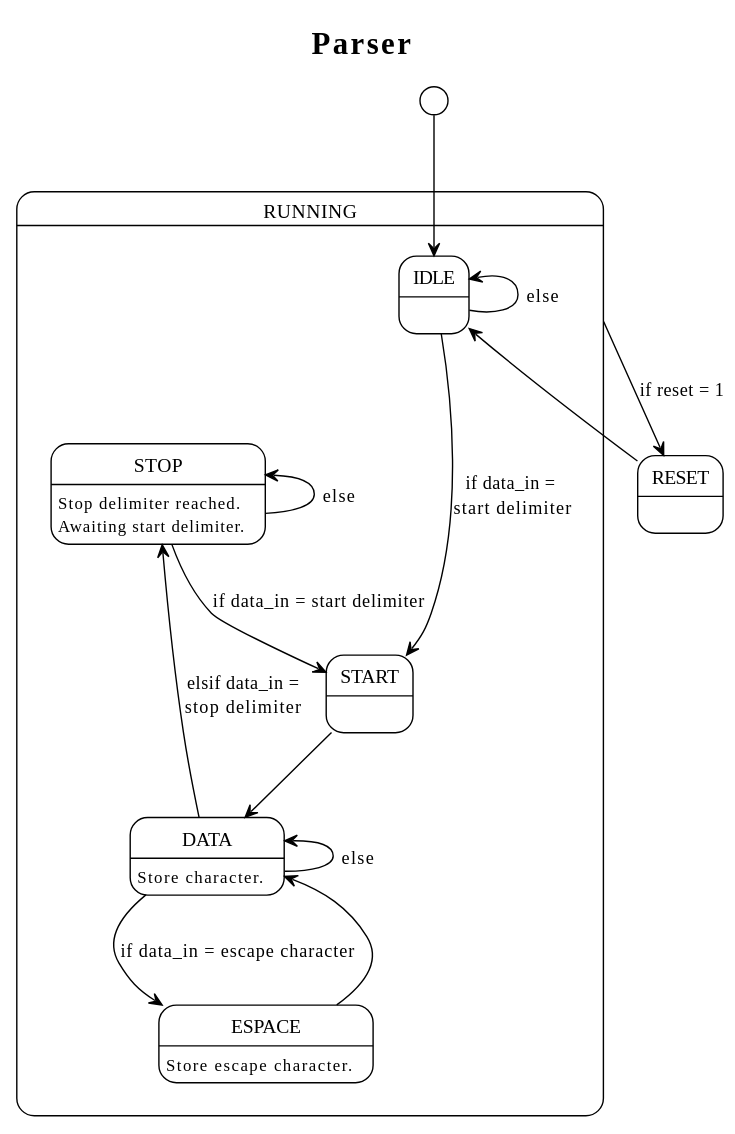
This is figures/prototype/state_diagrams/parser/parser_state_diagram.svg from Niclasapdk/ESD3_project, a PlantUML export, as it was before one commit.
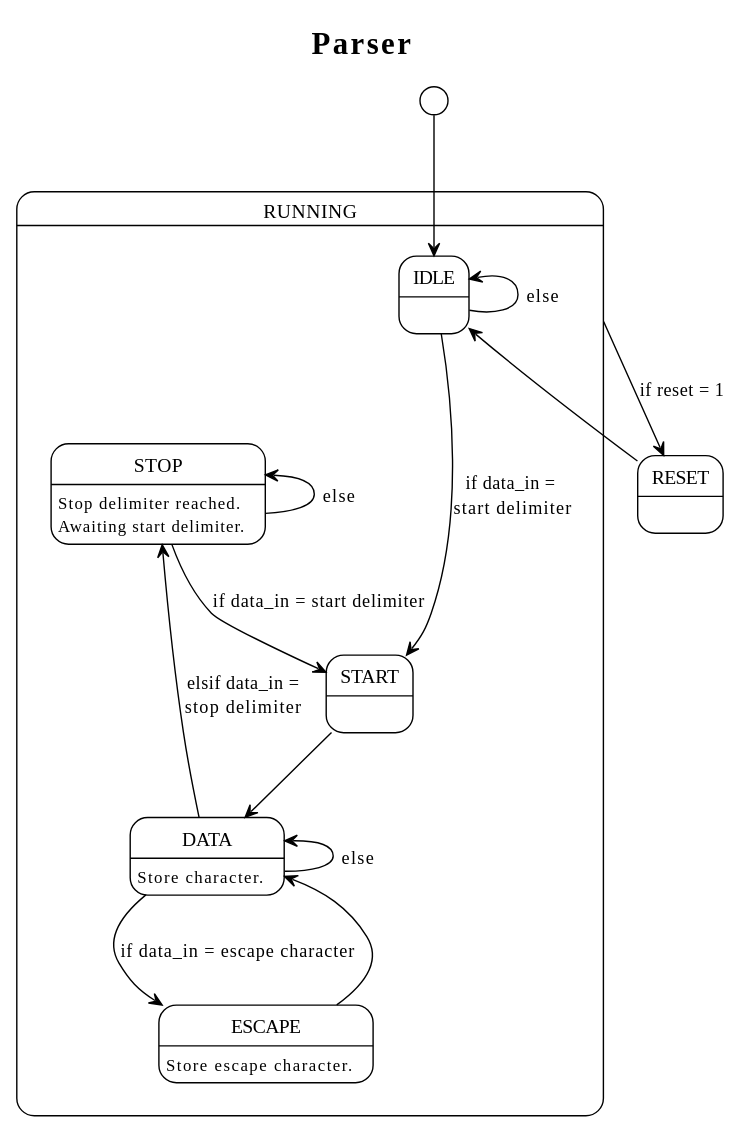
Later version of the same file.

Change to the diagram source:
```diff
@@ -9,15 +9,15 @@
 IDLE:
 STOP:Stop delimiter reached.\nAwaiting start delimiter.
 START:
-ESPACE:Store escape character.
+ESCAPE:Store escape character.
 DATA:Store character.
   IDLE <- IDLE: else
   IDLE ---> START:if data_in = \nstart delimiter
   STOP --> START: if data_in = start delimiter
   STOP <- STOP: else
   START --> DATA
-  ESPACE -> DATA
-  DATA --> ESPACE: if data_in = escape character
+  ESCAPE -> DATA
+  DATA --> ESCAPE: if data_in = escape character
   DATA -u-> STOP: elsif data_in =\nstop delimiter
   DATA <-u- DATA: else
 }
```
